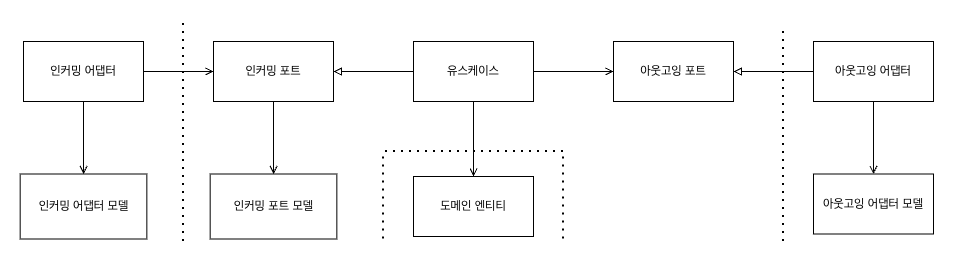
This is doc/mapping_strategy.png from newy2/algo-trade-backend-new, a draw.io export, as it was before one commit. Source tidied: cells renumbered, new cells last; positions are measured from the earlier drawing's top-left corner, leaving out a move shared by most shapes. Its diagram source:
```xml
<mxGraphModel>
  <root>
    <mxCell id="0" />
    <mxCell id="1" parent="0" />
    <mxCell id="2" style="edgeStyle=orthogonalEdgeStyle;rounded=0;jettySize=auto;html=1;endArrow=open;endFill=0;" parent="1" edge="1" source="12" target="11">
      <mxGeometry relative="1" as="geometry" />
    </mxCell>
    <mxCell id="3" style="edgeStyle=orthogonalEdgeStyle;rounded=0;jettySize=auto;html=1;endArrow=open;endFill=0;" parent="1" edge="1" source="12" target="6">
      <mxGeometry relative="1" as="geometry" />
    </mxCell>
    <mxCell id="4" style="edgeStyle=orthogonalEdgeStyle;rounded=0;jettySize=auto;html=1;endArrow=block;endFill=0;" parent="1" edge="1" source="9" target="6">
      <mxGeometry relative="1" as="geometry" />
    </mxCell>
    <mxCell id="5" style="edgeStyle=orthogonalEdgeStyle;rounded=0;jettySize=auto;html=1;endArrow=open;endFill=0;" parent="1" edge="1" source="6" target="23">
      <mxGeometry relative="1" as="geometry" />
    </mxCell>
    <mxCell id="6" value="인커밍 포트" style="rounded=0;whiteSpace=wrap;html=1;" parent="1" vertex="1">
      <mxGeometry x="193" y="20" width="120" height="60" as="geometry" />
    </mxCell>
    <mxCell id="7" style="edgeStyle=orthogonalEdgeStyle;rounded=0;jettySize=auto;html=1;endArrow=open;endFill=0;" parent="1" edge="1" source="9" target="10">
      <mxGeometry relative="1" as="geometry" />
    </mxCell>
    <mxCell id="8" style="edgeStyle=orthogonalEdgeStyle;rounded=0;jettySize=auto;html=1;endArrow=open;endFill=0;" parent="1" edge="1" source="9" target="14">
      <mxGeometry relative="1" as="geometry" />
    </mxCell>
    <mxCell id="9" value="유스케이스" style="rounded=0;whiteSpace=wrap;html=1;" parent="1" vertex="1">
      <mxGeometry x="393" y="20" width="120" height="60" as="geometry" />
    </mxCell>
    <mxCell id="10" value="도메인 엔티티" style="rounded=0;whiteSpace=wrap;html=1;" parent="1" vertex="1">
      <mxGeometry x="393" y="155" width="120" height="60" as="geometry" />
    </mxCell>
    <mxCell id="11" value="인커밍 어댑터 모델" style="rounded=0;whiteSpace=wrap;html=1;" parent="1" vertex="1">
      <mxGeometry x="-0.3" y="152.5" width="126.7" height="65" as="geometry" />
    </mxCell>
    <mxCell id="12" value="인커밍 어댑터" style="rounded=0;whiteSpace=wrap;html=1;" parent="1" vertex="1">
      <mxGeometry x="3" y="20" width="120" height="60" as="geometry" />
    </mxCell>
    <mxCell id="13" style="edgeStyle=orthogonalEdgeStyle;rounded=0;jettySize=auto;html=1;endArrow=block;endFill=0;" parent="1" edge="1" source="16" target="14">
      <mxGeometry relative="1" as="geometry" />
    </mxCell>
    <mxCell id="14" value="아웃고잉 포트" style="rounded=0;whiteSpace=wrap;html=1;" parent="1" vertex="1">
      <mxGeometry x="593" y="20" width="120" height="60" as="geometry" />
    </mxCell>
    <mxCell id="15" style="edgeStyle=orthogonalEdgeStyle;rounded=0;jettySize=auto;html=1;endArrow=open;endFill=0;" parent="1" edge="1" source="16" target="17">
      <mxGeometry relative="1" as="geometry" />
    </mxCell>
    <mxCell id="16" value="아웃고잉 어댑터" style="rounded=0;whiteSpace=wrap;html=1;" parent="1" vertex="1">
      <mxGeometry x="793" y="20" width="120" height="60" as="geometry" />
    </mxCell>
    <mxCell id="17" value="아웃고잉 어댑터 모델" style="rounded=0;whiteSpace=wrap;html=1;" parent="1" vertex="1">
      <mxGeometry x="793" y="152.5" width="120" height="60" as="geometry" />
    </mxCell>
    <mxCell id="18" style="endArrow=none;dashed=1;html=1;dashPattern=1 3;strokeWidth=2;rounded=0;" parent="1" edge="1">
      <mxGeometry relative="1" as="geometry">
        <mxPoint x="163" y="220" as="sourcePoint" />
        <mxPoint x="163" as="targetPoint" />
      </mxGeometry>
    </mxCell>
    <mxCell id="19" style="endArrow=none;dashed=1;html=1;dashPattern=1 3;strokeWidth=2;rounded=0;" parent="1" edge="1">
      <mxGeometry relative="1" as="geometry">
        <mxPoint x="763" y="220" as="sourcePoint" />
        <mxPoint x="763" y="10" as="targetPoint" />
      </mxGeometry>
    </mxCell>
    <mxCell id="20" style="endArrow=none;dashed=1;html=1;dashPattern=1 3;strokeWidth=2;rounded=0;" parent="1" edge="1">
      <mxGeometry relative="1" as="geometry">
        <mxPoint x="363" y="217.5" as="sourcePoint" />
        <mxPoint x="363" y="130" as="targetPoint" />
      </mxGeometry>
    </mxCell>
    <mxCell id="21" style="endArrow=none;dashed=1;html=1;dashPattern=1 3;strokeWidth=2;rounded=0;" parent="1" edge="1">
      <mxGeometry relative="1" as="geometry">
        <mxPoint x="543" y="217.5" as="sourcePoint" />
        <mxPoint x="543" y="130" as="targetPoint" />
      </mxGeometry>
    </mxCell>
    <mxCell id="22" style="endArrow=none;dashed=1;html=1;dashPattern=1 3;strokeWidth=2;rounded=0;" parent="1" edge="1">
      <mxGeometry relative="1" as="geometry">
        <mxPoint x="543" y="130" as="sourcePoint" />
        <mxPoint x="363" y="130" as="targetPoint" />
      </mxGeometry>
    </mxCell>
    <mxCell id="23" value="인커밍 포트 모델" style="rounded=0;whiteSpace=wrap;html=1;" parent="1" vertex="1">
      <mxGeometry x="189.7" y="152.5" width="126.7" height="65" as="geometry" />
    </mxCell>
  </root>
</mxGraphModel>
```
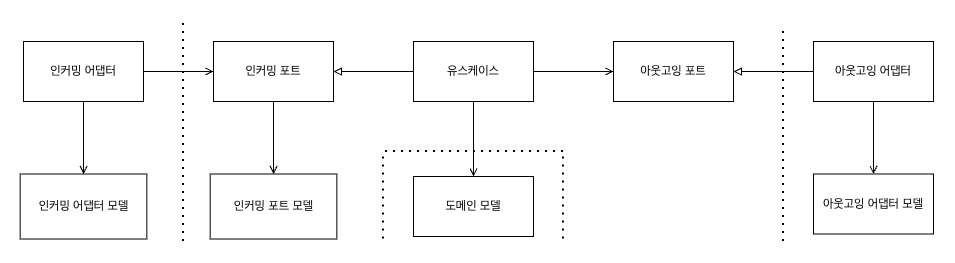
Later version of the same file.

The edit, as a diff of the source:
```diff
@@ -26,7 +26,7 @@
     <mxCell id="9" value="유스케이스" style="rounded=0;whiteSpace=wrap;html=1;" parent="1" vertex="1">
       <mxGeometry x="393" y="20" width="120" height="60" as="geometry" />
     </mxCell>
-    <mxCell id="10" value="도메인 엔티티" style="rounded=0;whiteSpace=wrap;html=1;" parent="1" vertex="1">
+    <mxCell id="10" value="도메인 모델" style="rounded=0;whiteSpace=wrap;html=1;" parent="1" vertex="1">
       <mxGeometry x="393" y="155" width="120" height="60" as="geometry" />
     </mxCell>
     <mxCell id="11" value="인커밍 어댑터 모델" style="rounded=0;whiteSpace=wrap;html=1;" parent="1" vertex="1">
```
